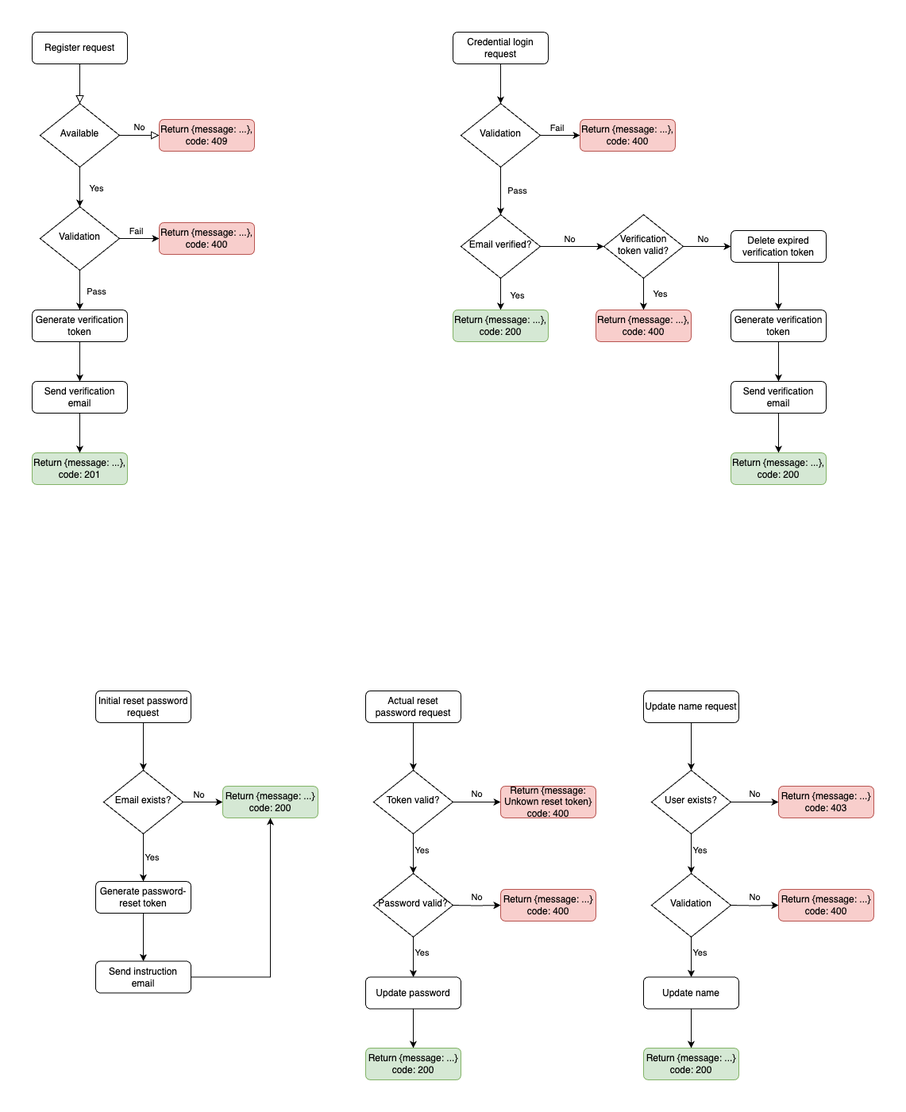
sirowood/next-auth5 keeps this draw.io diagram as DFC.png. Above is the earlier version. Source tidied: cells renumbered, new cells last; positions are measured from the earlier drawing's top-left corner, leaving out a move shared by most shapes.
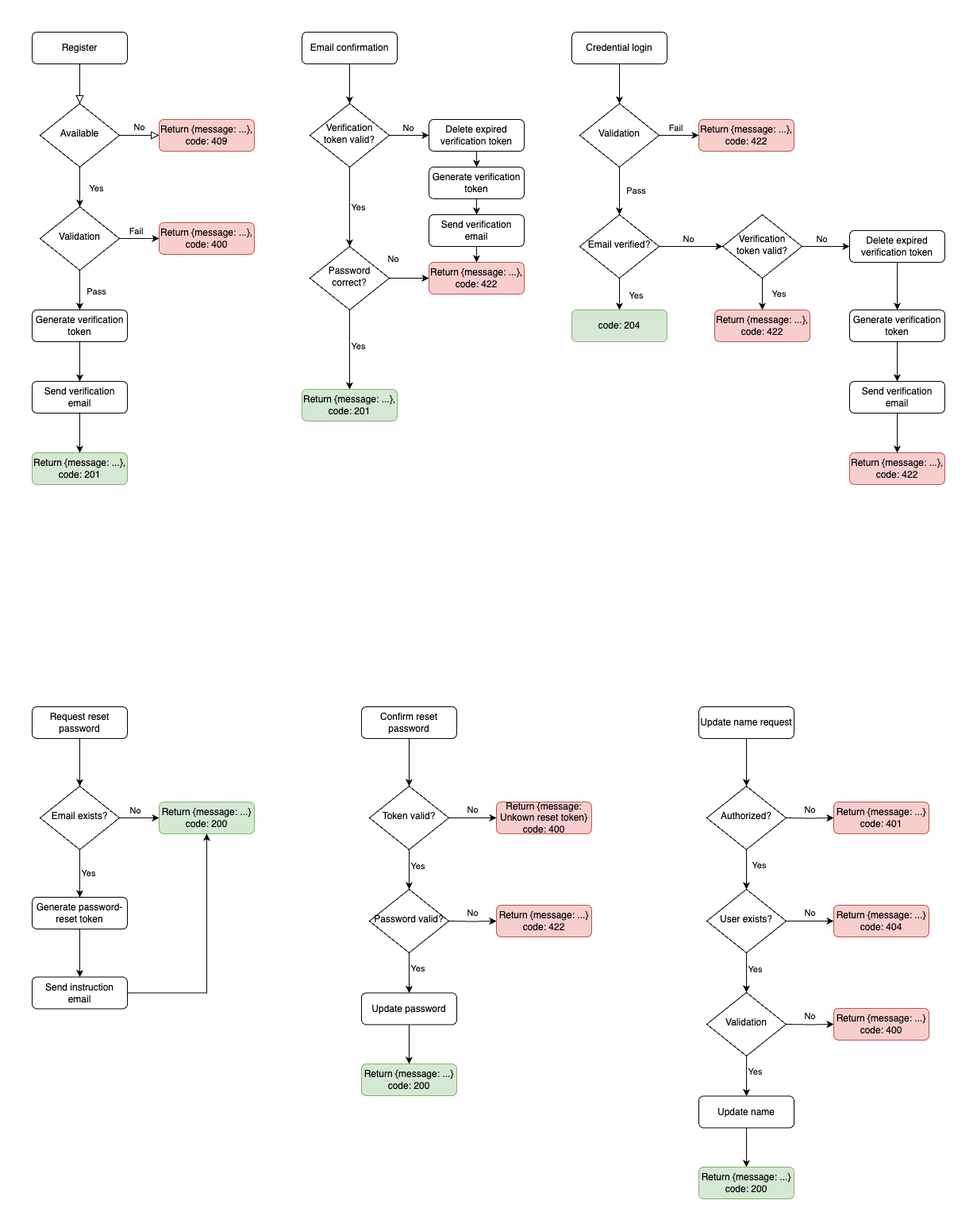
The same diagram one commit later.

What changed in the source:
```diff
@@ -5,3 +5,3 @@
     <mxCell id="2" style="group;" parent="1" vertex="1">
-      <mxGeometry width="280" height="570" as="geometry" />
+      <mxGeometry x="-70" y="-20" width="280" height="570" as="geometry" />
     </mxCell>
@@ -10,3 +10,3 @@
     </mxCell>
-    <mxCell id="4" value="Register request" style="rounded=1;whiteSpace=wrap;html=1;fontSize=12;glass=0;strokeWidth=1;shadow=0;" parent="2" vertex="1">
+    <mxCell id="4" value="Register" style="rounded=1;whiteSpace=wrap;html=1;fontSize=12;glass=0;strokeWidth=1;shadow=0;" parent="2" vertex="1">
       <mxGeometry width="120" height="40" as="geometry" />
@@ -68,3 +68,3 @@
     <mxCell id="21" style="group;" parent="1" vertex="1">
-      <mxGeometry x="530" width="470" height="570" as="geometry" />
+      <mxGeometry x="610" y="-20" width="470" height="570" as="geometry" />
     </mxCell>
@@ -73,3 +73,3 @@
     </mxCell>
-    <mxCell id="23" value="Credential login request" style="rounded=1;whiteSpace=wrap;html=1;fontSize=12;glass=0;strokeWidth=1;shadow=0;" parent="21" vertex="1">
+    <mxCell id="23" value="Credential login" style="rounded=1;whiteSpace=wrap;html=1;fontSize=12;glass=0;strokeWidth=1;shadow=0;" parent="21" vertex="1">
       <mxGeometry width="120" height="40" as="geometry" />
@@ -95,3 +95,3 @@
     </mxCell>
-    <mxCell id="29" value="Return {message: ...},&lt;div&gt;code: 400&lt;/div&gt;" style="rounded=1;whiteSpace=wrap;html=1;fontSize=12;glass=0;strokeWidth=1;shadow=0;fillColor=#f8cecc;strokeColor=#b85450;" parent="21" vertex="1">
+    <mxCell id="29" value="Return {message: ...},&lt;div&gt;code: 422&lt;/div&gt;" style="rounded=1;whiteSpace=wrap;html=1;fontSize=12;glass=0;strokeWidth=1;shadow=0;fillColor=#f8cecc;strokeColor=#b85450;" parent="21" vertex="1">
       <mxGeometry x="160" y="110" width="120" height="40" as="geometry" />
@@ -136,3 +136,3 @@
     </mxCell>
-    <mxCell id="40" value="Return {message: ...},&lt;div&gt;code: 400&lt;/div&gt;" style="rounded=1;whiteSpace=wrap;html=1;fontSize=12;glass=0;strokeWidth=1;shadow=0;fillColor=#f8cecc;strokeColor=#b85450;" parent="21" vertex="1">
+    <mxCell id="40" value="Return {message: ...},&lt;div&gt;code: 422&lt;/div&gt;" style="rounded=1;whiteSpace=wrap;html=1;fontSize=12;glass=0;strokeWidth=1;shadow=0;fillColor=#f8cecc;strokeColor=#b85450;" parent="21" vertex="1">
       <mxGeometry x="180" y="350" width="120" height="40" as="geometry" />
@@ -151,3 +151,3 @@
     </mxCell>
-    <mxCell id="45" value="Return {message: ...},&lt;div&gt;code: 200&lt;/div&gt;" style="rounded=1;whiteSpace=wrap;html=1;fontSize=12;glass=0;strokeWidth=1;shadow=0;fillColor=#d5e8d4;strokeColor=#82b366;" parent="21" vertex="1">
+    <mxCell id="45" value="&lt;div&gt;&lt;span style=&quot;background-color: initial;&quot;&gt;code: 204&lt;/span&gt;&lt;br&gt;&lt;/div&gt;" style="rounded=1;whiteSpace=wrap;html=1;fontSize=12;glass=0;strokeWidth=1;shadow=0;fillColor=#d5e8d4;strokeColor=#82b366;" parent="21" vertex="1">
       <mxGeometry y="350" width="120" height="40" as="geometry" />
@@ -160,3 +160,3 @@
     </mxCell>
-    <mxCell id="48" value="Return {message: ...},&lt;div&gt;code: 200&lt;/div&gt;" style="rounded=1;whiteSpace=wrap;html=1;fontSize=12;glass=0;strokeWidth=1;shadow=0;fillColor=#d5e8d4;strokeColor=#82b366;" parent="21" vertex="1">
+    <mxCell id="48" value="Return {message: ...},&lt;div&gt;code: 422&lt;/div&gt;" style="rounded=1;whiteSpace=wrap;html=1;fontSize=12;glass=0;strokeWidth=1;shadow=0;fillColor=#f8cecc;strokeColor=#b85450;" parent="21" vertex="1">
       <mxGeometry x="350" y="530" width="120" height="40" as="geometry" />
@@ -164,3 +164,3 @@
     <mxCell id="49" style="group;" parent="1" vertex="1">
-      <mxGeometry x="80" y="830" width="280" height="380.5" as="geometry" />
+      <mxGeometry x="-70" y="830" width="280" height="380.5" as="geometry" />
     </mxCell>
@@ -169,3 +169,3 @@
     </mxCell>
-    <mxCell id="51" value="Initial reset password request" style="rounded=1;whiteSpace=wrap;html=1;fontSize=12;glass=0;strokeWidth=1;shadow=0;" parent="49" vertex="1">
+    <mxCell id="51" value="Request reset password" style="rounded=1;whiteSpace=wrap;html=1;fontSize=12;glass=0;strokeWidth=1;shadow=0;" parent="49" vertex="1">
       <mxGeometry width="120" height="40" as="geometry" />
@@ -207,3 +207,3 @@
     <mxCell id="62" style="group;" parent="1" vertex="1">
-      <mxGeometry x="420" y="830" width="290" height="490" as="geometry" />
+      <mxGeometry x="345" y="830" width="290" height="490" as="geometry" />
     </mxCell>
@@ -212,3 +212,3 @@
     </mxCell>
-    <mxCell id="64" value="Actual reset password request" style="rounded=1;whiteSpace=wrap;html=1;fontSize=12;glass=0;strokeWidth=1;shadow=0;" parent="62" vertex="1">
+    <mxCell id="64" value="Confirm reset password" style="rounded=1;whiteSpace=wrap;html=1;fontSize=12;glass=0;strokeWidth=1;shadow=0;" parent="62" vertex="1">
       <mxGeometry width="120" height="40" as="geometry" />
@@ -248,3 +248,3 @@
     </mxCell>
-    <mxCell id="74" value="Return {message: ...}&lt;div&gt;code: 400&lt;/div&gt;" style="rounded=1;whiteSpace=wrap;html=1;fontSize=12;glass=0;strokeWidth=1;shadow=0;fillColor=#f8cecc;strokeColor=#b85450;" parent="62" vertex="1">
+    <mxCell id="74" value="Return {message: ...}&lt;div&gt;code: 422&lt;/div&gt;" style="rounded=1;whiteSpace=wrap;html=1;fontSize=12;glass=0;strokeWidth=1;shadow=0;fillColor=#f8cecc;strokeColor=#b85450;" parent="62" vertex="1">
       <mxGeometry x="170" y="250" width="120" height="40" as="geometry" />
@@ -260,15 +260,86 @@
     </mxCell>
-    <mxCell id="78" style="group;" parent="1" vertex="1">
-      <mxGeometry x="770" y="830" width="290" height="490" as="geometry" />
-    </mxCell>
-    <mxCell id="79" style="edgeStyle=orthogonalEdgeStyle;rounded=0;jettySize=auto;html=1;entryX=0.5;entryY=0;entryDx=0;entryDy=0;" parent="78" edge="1" source="80" target="84">
-      <mxGeometry relative="1" as="geometry" />
-    </mxCell>
+    <mxCell id="94" style="group;" parent="1" vertex="1">
+      <mxGeometry x="270" y="-20" width="280" height="490" as="geometry" />
+    </mxCell>
+    <mxCell id="95" style="edgeStyle=orthogonalEdgeStyle;rounded=0;jettySize=auto;html=1;entryX=0.5;entryY=0;entryDx=0;entryDy=0;" parent="94" edge="1" source="96" target="101">
+      <mxGeometry relative="1" as="geometry" />
+    </mxCell>
+    <mxCell id="96" value="Email confirmation" style="rounded=1;whiteSpace=wrap;html=1;fontSize=12;glass=0;strokeWidth=1;shadow=0;" parent="94" vertex="1">
+      <mxGeometry width="120" height="40" as="geometry" />
+    </mxCell>
+    <mxCell id="97" style="edgeStyle=orthogonalEdgeStyle;rounded=0;jettySize=auto;html=1;entryX=0;entryY=0.5;entryDx=0;entryDy=0;" parent="94" edge="1" source="101" target="111">
+      <mxGeometry relative="1" as="geometry" />
+    </mxCell>
+    <mxCell id="98" value="No" style="edgeLabel;html=1;align=center;verticalAlign=middle;" parent="97" vertex="1">
+      <mxGeometry x="-0.08" y="-2" relative="1" as="geometry">
+        <mxPoint y="-12" as="offset" />
+      </mxGeometry>
+    </mxCell>
+    <mxCell id="99" style="edgeStyle=orthogonalEdgeStyle;rounded=0;jettySize=auto;html=1;entryX=0.5;entryY=0;entryDx=0;entryDy=0;" parent="94" edge="1" source="101" target="106">
+      <mxGeometry relative="1" as="geometry" />
+    </mxCell>
+    <mxCell id="100" value="Yes" style="edgeLabel;html=1;align=center;verticalAlign=middle;" parent="99" vertex="1">
+      <mxGeometry x="-0.16" y="2" relative="1" as="geometry">
+        <mxPoint x="8" y="8" as="offset" />
+      </mxGeometry>
+    </mxCell>
+    <mxCell id="101" value="Verification token valid?" style="rhombus;whiteSpace=wrap;html=1;shadow=0;fontFamily=Helvetica;fontSize=12;align=center;strokeWidth=1;spacing=6;spacingTop=-4;" parent="94" vertex="1">
+      <mxGeometry x="10" y="90" width="100" height="80" as="geometry" />
+    </mxCell>
+    <mxCell id="102" style="edgeStyle=orthogonalEdgeStyle;rounded=0;jettySize=auto;html=1;entryX=0.5;entryY=0;entryDx=0;entryDy=0;" parent="94" edge="1" source="106" target="107">
+      <mxGeometry relative="1" as="geometry" />
+    </mxCell>
+    <mxCell id="103" value="Yes" style="edgeLabel;html=1;align=center;verticalAlign=middle;" parent="102" vertex="1">
+      <mxGeometry x="-0.1" y="1" relative="1" as="geometry">
+        <mxPoint x="9" as="offset" />
+      </mxGeometry>
+    </mxCell>
+    <mxCell id="104" style="edgeStyle=orthogonalEdgeStyle;rounded=0;jettySize=auto;html=1;entryX=0;entryY=0.5;entryDx=0;entryDy=0;" parent="94" edge="1" source="106" target="114">
+      <mxGeometry relative="1" as="geometry" />
+    </mxCell>
+    <mxCell id="105" value="No" style="edgeLabel;html=1;align=center;verticalAlign=middle;" parent="104" vertex="1">
+      <mxGeometry x="-0.22" y="1" relative="1" as="geometry">
+        <mxPoint x="-16" y="-24" as="offset" />
+      </mxGeometry>
+    </mxCell>
+    <mxCell id="106" value="Password correct?" style="rhombus;whiteSpace=wrap;html=1;shadow=0;fontFamily=Helvetica;fontSize=12;align=center;strokeWidth=1;spacing=6;spacingTop=-4;" parent="94" vertex="1">
+      <mxGeometry x="10" y="270" width="100" height="80" as="geometry" />
+    </mxCell>
+    <mxCell id="107" value="Return {message: ...}, code: 201" style="rounded=1;whiteSpace=wrap;html=1;fontSize=12;glass=0;strokeWidth=1;shadow=0;fillColor=#d5e8d4;strokeColor=#82b366;" parent="94" vertex="1">
+      <mxGeometry y="450" width="120" height="40" as="geometry" />
+    </mxCell>
+    <mxCell id="108" style="edgeStyle=orthogonalEdgeStyle;rounded=0;jettySize=auto;html=1;entryX=0.5;entryY=0;entryDx=0;entryDy=0;" parent="94" edge="1" source="109" target="114">
+      <mxGeometry relative="1" as="geometry" />
+    </mxCell>
+    <mxCell id="109" value="Send verification email" style="rounded=1;whiteSpace=wrap;html=1;fontSize=12;glass=0;strokeWidth=1;shadow=0;" parent="94" vertex="1">
+      <mxGeometry x="160" y="230" width="120" height="40" as="geometry" />
+    </mxCell>
+    <mxCell id="110" style="edgeStyle=orthogonalEdgeStyle;rounded=0;jettySize=auto;html=1;entryX=0.5;entryY=0;entryDx=0;entryDy=0;" parent="94" edge="1" source="111" target="113">
+      <mxGeometry relative="1" as="geometry" />
+    </mxCell>
+    <mxCell id="111" value="Delete expired verification token" style="shape=rect;html=1;rounded=1;whiteSpace=wrap;align=center;" parent="94" vertex="1">
+      <mxGeometry x="160" y="110" width="120" height="40" as="geometry" />
+    </mxCell>
+    <mxCell id="112" style="edgeStyle=orthogonalEdgeStyle;rounded=0;jettySize=auto;html=1;entryX=0.5;entryY=0;entryDx=0;entryDy=0;" parent="94" edge="1" source="113" target="109">
+      <mxGeometry relative="1" as="geometry" />
+    </mxCell>
+    <mxCell id="113" value="Generate verification token" style="shape=rect;html=1;rounded=1;whiteSpace=wrap;align=center;" parent="94" vertex="1">
+      <mxGeometry x="160" y="170" width="120" height="40" as="geometry" />
+    </mxCell>
+    <mxCell id="114" value="Return {message: ...},&lt;div&gt;code: 422&lt;/div&gt;" style="rounded=1;whiteSpace=wrap;html=1;fontSize=12;glass=0;strokeWidth=1;shadow=0;fillColor=#f8cecc;strokeColor=#b85450;" parent="94" vertex="1">
+      <mxGeometry x="160" y="290" width="120" height="40" as="geometry" />
+    </mxCell>
+    <mxCell id="115" style="group;" parent="1" vertex="1">
+      <mxGeometry x="770" y="830" width="290" height="620" as="geometry" />
+    </mxCell>
+    <mxCell id="116" style="edgeStyle=orthogonalEdgeStyle;rounded=0;jettySize=auto;html=1;entryX=0.5;entryY=0;entryDx=0;entryDy=0;" parent="115" edge="1" source="80" target="119">
+      <mxGeometry relative="1" as="geometry" />
+    </mxCell>
-    <mxCell id="80" value="Update name request" style="rounded=1;whiteSpace=wrap;html=1;fontSize=12;glass=0;strokeWidth=1;shadow=0;" parent="78" vertex="1">
+    <mxCell id="80" value="Update name request" style="rounded=1;whiteSpace=wrap;html=1;fontSize=12;glass=0;strokeWidth=1;shadow=0;" parent="115" vertex="1">
       <mxGeometry width="120" height="40" as="geometry" />
     </mxCell>
-    <mxCell id="81" value="No" style="edgeStyle=orthogonalEdgeStyle;rounded=0;jettySize=auto;html=1;entryX=0;entryY=0.5;entryDx=0;entryDy=0;" parent="78" edge="1" source="84" target="85">
+    <mxCell id="81" value="No" style="edgeStyle=orthogonalEdgeStyle;rounded=0;jettySize=auto;html=1;entryX=0;entryY=0.5;entryDx=0;entryDy=0;" parent="115" edge="1" source="84" target="85">
       <mxGeometry y="10" relative="1" as="geometry" />
     </mxCell>
-    <mxCell id="82" style="edgeStyle=orthogonalEdgeStyle;rounded=0;jettySize=auto;html=1;entryX=0.5;entryY=0;entryDx=0;entryDy=0;" parent="78" edge="1" source="84" target="88">
+    <mxCell id="82" style="edgeStyle=orthogonalEdgeStyle;rounded=0;jettySize=auto;html=1;entryX=0.5;entryY=0;entryDx=0;entryDy=0;" parent="115" edge="1" source="84" target="88">
       <mxGeometry relative="1" as="geometry" />
@@ -280,9 +351,9 @@
     </mxCell>
-    <mxCell id="84" value="User exists?" style="rhombus;whiteSpace=wrap;html=1;shadow=0;fontFamily=Helvetica;fontSize=12;align=center;strokeWidth=1;spacing=6;spacingTop=-4;" parent="78" vertex="1">
-      <mxGeometry x="10" y="100" width="100" height="80" as="geometry" />
+    <mxCell id="84" value="User exists?" style="rhombus;whiteSpace=wrap;html=1;shadow=0;fontFamily=Helvetica;fontSize=12;align=center;strokeWidth=1;spacing=6;spacingTop=-4;" parent="115" vertex="1">
+      <mxGeometry x="10" y="230" width="100" height="80" as="geometry" />
     </mxCell>
-    <mxCell id="85" value="Return {message: ...}&lt;div&gt;code: 403&lt;/div&gt;" style="rounded=1;whiteSpace=wrap;html=1;fontSize=12;glass=0;strokeWidth=1;shadow=0;fillColor=#f8cecc;strokeColor=#b85450;" parent="78" vertex="1">
-      <mxGeometry x="170" y="120" width="120" height="40" as="geometry" />
+    <mxCell id="85" value="Return {message: ...}&lt;div&gt;code: 404&lt;/div&gt;" style="rounded=1;whiteSpace=wrap;html=1;fontSize=12;glass=0;strokeWidth=1;shadow=0;fillColor=#f8cecc;strokeColor=#b85450;" parent="115" vertex="1">
+      <mxGeometry x="170" y="250" width="120" height="40" as="geometry" />
     </mxCell>
-    <mxCell id="86" style="edgeStyle=orthogonalEdgeStyle;rounded=0;jettySize=auto;html=1;entryX=0.5;entryY=0;entryDx=0;entryDy=0;" parent="78" edge="1" source="88" target="92">
+    <mxCell id="86" style="edgeStyle=orthogonalEdgeStyle;rounded=0;jettySize=auto;html=1;entryX=0.5;entryY=0;entryDx=0;entryDy=0;" parent="115" edge="1" source="88" target="92">
       <mxGeometry relative="1" as="geometry" />
@@ -294,22 +365,41 @@
     </mxCell>
-    <mxCell id="88" value="Validation" style="rhombus;whiteSpace=wrap;html=1;shadow=0;fontFamily=Helvetica;fontSize=12;align=center;strokeWidth=1;spacing=6;spacingTop=-4;" parent="78" vertex="1">
-      <mxGeometry x="10" y="230" width="100" height="80" as="geometry" />
+    <mxCell id="88" value="Validation" style="rhombus;whiteSpace=wrap;html=1;shadow=0;fontFamily=Helvetica;fontSize=12;align=center;strokeWidth=1;spacing=6;spacingTop=-4;" parent="115" vertex="1">
+      <mxGeometry x="10" y="360" width="100" height="80" as="geometry" />
     </mxCell>
-    <mxCell id="89" value="No" style="edgeStyle=orthogonalEdgeStyle;rounded=0;jettySize=auto;html=1;entryX=0;entryY=0.5;entryDx=0;entryDy=0;" parent="78" edge="1" target="90">
+    <mxCell id="89" value="No" style="edgeStyle=orthogonalEdgeStyle;rounded=0;jettySize=auto;html=1;entryX=0;entryY=0.5;entryDx=0;entryDy=0;" parent="115" edge="1" target="90">
       <mxGeometry y="10" relative="1" as="geometry">
-        <mxPoint x="110" y="270" as="sourcePoint" />
+        <mxPoint x="110" y="400" as="sourcePoint" />
       </mxGeometry>
     </mxCell>
-    <mxCell id="90" value="Return {message: ...}&lt;div&gt;code: 400&lt;/div&gt;" style="rounded=1;whiteSpace=wrap;html=1;fontSize=12;glass=0;strokeWidth=1;shadow=0;fillColor=#f8cecc;strokeColor=#b85450;" parent="78" vertex="1">
-      <mxGeometry x="170" y="250" width="120" height="40" as="geometry" />
+    <mxCell id="90" value="Return {message: ...}&lt;div&gt;code: 400&lt;/div&gt;" style="rounded=1;whiteSpace=wrap;html=1;fontSize=12;glass=0;strokeWidth=1;shadow=0;fillColor=#f8cecc;strokeColor=#b85450;" parent="115" vertex="1">
+      <mxGeometry x="170" y="380" width="120" height="40" as="geometry" />
     </mxCell>
-    <mxCell id="91" style="edgeStyle=orthogonalEdgeStyle;rounded=0;jettySize=auto;html=1;entryX=0.5;entryY=0;entryDx=0;entryDy=0;" parent="78" edge="1" source="92" target="93">
+    <mxCell id="91" style="edgeStyle=orthogonalEdgeStyle;rounded=0;jettySize=auto;html=1;entryX=0.5;entryY=0;entryDx=0;entryDy=0;" parent="115" edge="1" source="92" target="93">
       <mxGeometry relative="1" as="geometry" />
     </mxCell>
-    <mxCell id="92" value="Update name" style="rounded=1;whiteSpace=wrap;html=1;fontSize=12;glass=0;strokeWidth=1;shadow=0;" parent="78" vertex="1">
-      <mxGeometry y="360.5" width="120" height="40" as="geometry" />
+    <mxCell id="92" value="Update name" style="rounded=1;whiteSpace=wrap;html=1;fontSize=12;glass=0;strokeWidth=1;shadow=0;" parent="115" vertex="1">
+      <mxGeometry y="490.5" width="120" height="40" as="geometry" />
     </mxCell>
-    <mxCell id="93" value="Return {message: ...}&lt;div&gt;code: 200&lt;/div&gt;" style="rounded=1;whiteSpace=wrap;html=1;fontSize=12;glass=0;strokeWidth=1;shadow=0;fillColor=#d5e8d4;strokeColor=#82b366;" parent="78" vertex="1">
-      <mxGeometry y="450" width="120" height="40" as="geometry" />
+    <mxCell id="93" value="Return {message: ...}&lt;div&gt;code: 200&lt;/div&gt;" style="rounded=1;whiteSpace=wrap;html=1;fontSize=12;glass=0;strokeWidth=1;shadow=0;fillColor=#d5e8d4;strokeColor=#82b366;" parent="115" vertex="1">
+      <mxGeometry y="580" width="120" height="40" as="geometry" />
     </mxCell>
+    <mxCell id="117" style="edgeStyle=orthogonalEdgeStyle;rounded=0;jettySize=auto;html=1;entryX=0.5;entryY=0;entryDx=0;entryDy=0;" parent="115" edge="1" source="119" target="84">
+      <mxGeometry relative="1" as="geometry" />
+    </mxCell>
+    <mxCell id="118" value="Yes" style="edgeLabel;html=1;align=center;verticalAlign=middle;" parent="117" vertex="1">
+      <mxGeometry x="-0.24" y="2" relative="1" as="geometry">
+        <mxPoint x="13" as="offset" />
+      </mxGeometry>
+    </mxCell>
+    <mxCell id="119" value="Authorized?" style="rhombus;whiteSpace=wrap;html=1;shadow=0;fontFamily=Helvetica;fontSize=12;align=center;strokeWidth=1;spacing=6;spacingTop=-4;" parent="115" vertex="1">
+      <mxGeometry x="10" y="100" width="100" height="80" as="geometry" />
+    </mxCell>
+    <mxCell id="120" value="No" style="edgeStyle=orthogonalEdgeStyle;rounded=0;jettySize=auto;html=1;entryX=0;entryY=0.5;entryDx=0;entryDy=0;" parent="115" edge="1" target="121">
+      <mxGeometry y="10" relative="1" as="geometry">
+        <mxPoint x="110" y="140" as="sourcePoint" />
+      </mxGeometry>
+    </mxCell>
+    <mxCell id="121" value="Return {message: ...}&lt;div&gt;code: 401&lt;/div&gt;" style="rounded=1;whiteSpace=wrap;html=1;fontSize=12;glass=0;strokeWidth=1;shadow=0;fillColor=#f8cecc;strokeColor=#b85450;" parent="115" vertex="1">
+      <mxGeometry x="170" y="120" width="120" height="40" as="geometry" />
+    </mxCell>
   </root>
```
